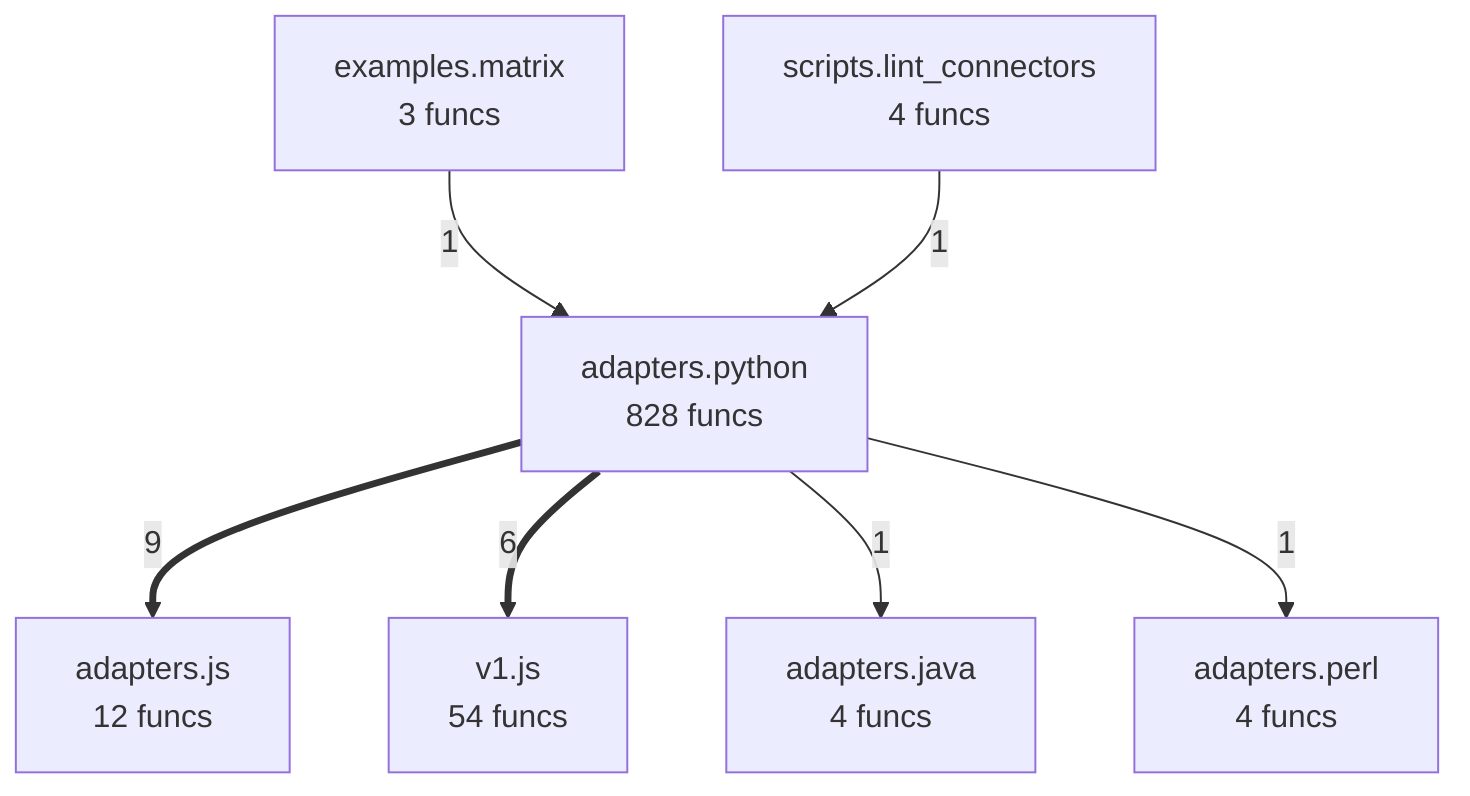
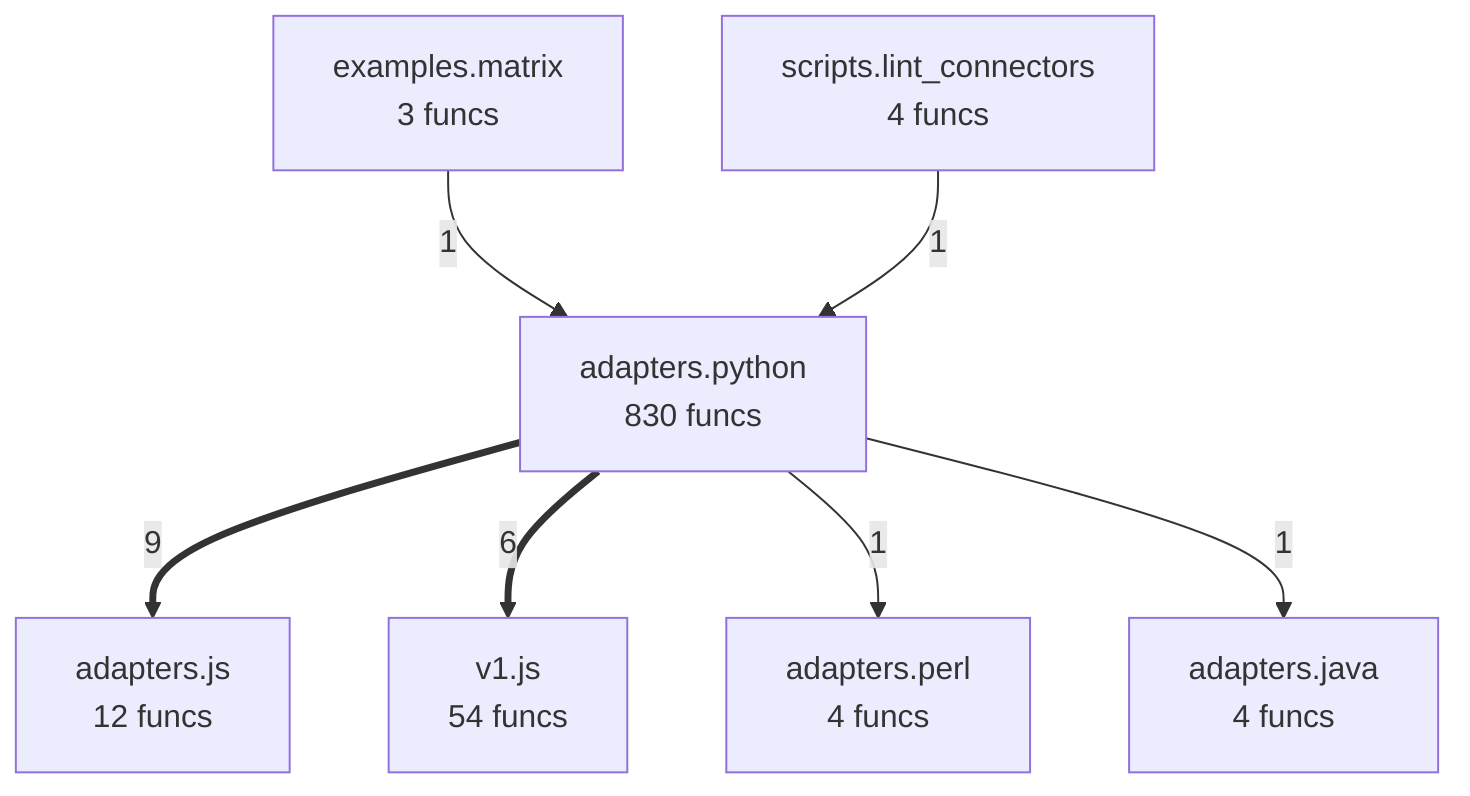
flowchart TD
%% generated in 0.02s
    adapters__java["adapters.java<br/>4 funcs"]
    adapters__js["adapters.js<br/>12 funcs"]
    adapters__perl["adapters.perl<br/>4 funcs"]
-     adapters__python["adapters.python<br/>828 funcs"]
+     adapters__python["adapters.python<br/>830 funcs"]
    examples__matrix["examples.matrix<br/>3 funcs"]
    scripts__lint_connectors["scripts.lint_connectors<br/>4 funcs"]
    v1__js["v1.js<br/>54 funcs"]
    adapters__python ==>|9| adapters__js
    adapters__python ==>|6| v1__js
    examples__matrix -->|1| adapters__python
    scripts__lint_connectors -->|1| adapters__python
+     adapters__python -->|1| adapters__perl
    adapters__python -->|1| adapters__java
-     adapters__python -->|1| adapters__perl
